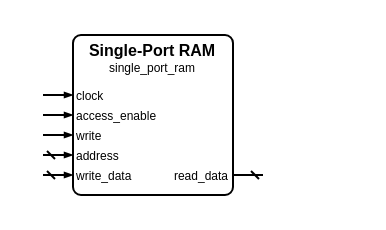
This is sources/memory/single_port_ram/single_port_ram.symbol.drawio from Louis-DR/OmniCores-BuildingBlocks, a draw.io file, before an edit. Source tidied: cells renumbered, new cells numbered last; positions are measured from the earlier drawing's top-left corner, leaving out a move shared by most shapes. Both pictures are drawn from the tidied source at 200%, with x=0, y=0 at pixel (42, 34).
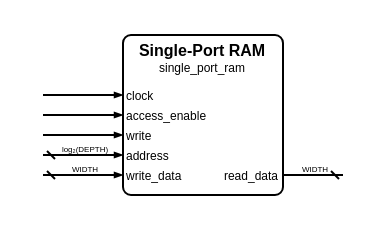
The same page after the edit.

The edit, as a diff of the source:
```diff
@@
     <mxCell id="2" style="group;" parent="1" vertex="1">
-      <mxGeometry width="110" height="80" as="geometry" />
+      <mxGeometry width="150" height="80" as="geometry" />
     </mxCell>
     <mxCell id="3" style="rounded=1;arcSize=5;fillColor=none;strokeWidth=1;strokeColor=black;whiteSpace=wrap;html=1;" parent="2" vertex="1">
-      <mxGeometry x="15" width="80" height="80" as="geometry" />
+      <mxGeometry x="40" width="80" height="80" as="geometry" />
     </mxCell>
     <mxCell id="4" value="Single-Port RAM" style="text;html=1;align=center;verticalAlign=middle;whiteSpace=wrap;rounded=0;fontSize=8;fontStyle=1;fontColor=black;" parent="2" vertex="1">
-      <mxGeometry x="15" y="7" width="80" as="geometry" />
+      <mxGeometry x="40" y="7" width="80" as="geometry" />
     </mxCell>
     <mxCell id="5" value="single_port_ram" style="text;html=1;align=center;verticalAlign=middle;whiteSpace=wrap;rounded=0;fontSize=6;fontStyle=0;fontColor=black;" parent="2" vertex="1">
-      <mxGeometry x="15" y="16" width="80" as="geometry" />
+      <mxGeometry x="40" y="16" width="80" as="geometry" />
     </mxCell>
     <mxCell id="6" value="clock" style="text;html=1;align=left;verticalAlign=middle;whiteSpace=wrap;rounded=0;fontSize=6;fontStyle=0;fontColor=black;" parent="2" vertex="1">
-      <mxGeometry x="15" y="30" width="80" as="geometry" />
+      <mxGeometry x="40" y="30" width="80" as="geometry" />
     </mxCell>
     <mxCell id="7" style="html=1;rounded=1;strokeWidth=1;strokeColor=black;startFill=0;startSize=2;startArrow=none;endFill=1;endSize=2;endArrow=blockThin;sourcePerimeterSpacing=0;" parent="2" edge="1">
       <mxGeometry relative="1" as="geometry">
         <mxPoint y="30" as="sourcePoint" />
-        <mxPoint x="15" y="30" as="targetPoint" />
+        <mxPoint x="40" y="30" as="targetPoint" />
       </mxGeometry>
     </mxCell>
     <mxCell id="8" value="access_enable" style="text;html=1;align=left;verticalAlign=middle;whiteSpace=wrap;rounded=0;fontSize=6;fontStyle=0;fontColor=black;" parent="2" vertex="1">
-      <mxGeometry x="15" y="40" width="80" as="geometry" />
+      <mxGeometry x="40" y="40" width="80" as="geometry" />
     </mxCell>
     <mxCell id="9" style="html=1;rounded=1;strokeWidth=1;strokeColor=black;startFill=0;startSize=2;startArrow=none;endFill=1;endSize=2;endArrow=blockThin;sourcePerimeterSpacing=0;" parent="2" edge="1">
       <mxGeometry relative="1" as="geometry">
         <mxPoint y="40" as="sourcePoint" />
-        <mxPoint x="15" y="40" as="targetPoint" />
+        <mxPoint x="40" y="40" as="targetPoint" />
       </mxGeometry>
     </mxCell>
     <mxCell id="10" value="write" style="text;html=1;align=left;verticalAlign=middle;whiteSpace=wrap;rounded=0;fontSize=6;fontStyle=0;fontColor=black;" parent="2" vertex="1">
-      <mxGeometry x="15" y="50" width="80" as="geometry" />
+      <mxGeometry x="40" y="50" width="80" as="geometry" />
     </mxCell>
     <mxCell id="11" style="html=1;rounded=1;strokeWidth=1;strokeColor=black;startFill=0;startSize=2;startArrow=none;endFill=1;endSize=2;endArrow=blockThin;sourcePerimeterSpacing=0;" parent="2" edge="1">
       <mxGeometry relative="1" as="geometry">
         <mxPoint y="50" as="sourcePoint" />
-        <mxPoint x="15" y="50" as="targetPoint" />
+        <mxPoint x="40" y="50" as="targetPoint" />
       </mxGeometry>
     </mxCell>
     <mxCell id="12" value="address" style="text;html=1;align=left;verticalAlign=middle;whiteSpace=wrap;rounded=0;fontSize=6;fontStyle=0;fontColor=black;" parent="2" vertex="1">
-      <mxGeometry x="15" y="60" width="80" as="geometry" />
+      <mxGeometry x="40" y="60" width="80" as="geometry" />
     </mxCell>
     <mxCell id="13" style="html=1;rounded=1;strokeWidth=1;strokeColor=black;startFill=0;startSize=2;startArrow=dash;endFill=1;endSize=2;endArrow=blockThin;sourcePerimeterSpacing=0;" parent="2" edge="1">
       <mxGeometry relative="1" as="geometry">
         <mxPoint y="60" as="sourcePoint" />
-        <mxPoint x="15" y="60" as="targetPoint" />
+        <mxPoint x="40" y="60" as="targetPoint" />
       </mxGeometry>
     </mxCell>
+    <mxCell id="18" value="log₂(DEPTH)" style="text;html=1;align=center;verticalAlign=middle;whiteSpace=nowrap;rounded=0;fontSize=4;fontStyle=0;fontColor=black;" parent="2" vertex="1">
+      <mxGeometry x="20" y="57" as="geometry" />
+    </mxCell>
     <mxCell id="14" value="write_data" style="text;html=1;align=left;verticalAlign=middle;whiteSpace=wrap;rounded=0;fontSize=6;fontStyle=0;fontColor=black;" parent="2" vertex="1">
-      <mxGeometry x="15" y="70" width="80" as="geometry" />
+      <mxGeometry x="40" y="70" width="80" as="geometry" />
     </mxCell>
     <mxCell id="15" style="html=1;rounded=1;strokeWidth=1;strokeColor=black;startFill=0;startSize=2;startArrow=dash;endFill=1;endSize=2;endArrow=blockThin;sourcePerimeterSpacing=0;" parent="2" edge="1">
       <mxGeometry relative="1" as="geometry">
         <mxPoint y="70" as="sourcePoint" />
-        <mxPoint x="15" y="70" as="targetPoint" />
+        <mxPoint x="40" y="70" as="targetPoint" />
       </mxGeometry>
     </mxCell>
+    <mxCell id="19" value="WIDTH" style="text;html=1;align=center;verticalAlign=middle;whiteSpace=nowrap;rounded=0;fontSize=4;fontStyle=0;fontColor=black;" parent="2" vertex="1">
+      <mxGeometry x="20" y="67" as="geometry" />
+    </mxCell>
     <mxCell id="16" value="read_data" style="text;html=1;align=right;verticalAlign=middle;whiteSpace=wrap;rounded=0;fontSize=6;fontStyle=0;fontColor=black;" parent="2" vertex="1">
-      <mxGeometry x="15" y="70" width="80" as="geometry" />
+      <mxGeometry x="40" y="70" width="80" as="geometry" />
     </mxCell>
     <mxCell id="17" style="html=1;rounded=1;strokeWidth=1;strokeColor=black;startFill=0;startSize=2;startArrow=dash;endFill=1;endSize=2;endArrow=none;sourcePerimeterSpacing=0;" parent="2" edge="1">
       <mxGeometry relative="1" as="geometry">
-        <mxPoint x="110" y="70" as="sourcePoint" />
-        <mxPoint x="95" y="70" as="targetPoint" />
+        <mxPoint x="150" y="70" as="sourcePoint" />
+        <mxPoint x="120" y="70" as="targetPoint" />
       </mxGeometry>
     </mxCell>
+    <mxCell id="20" value="WIDTH" style="text;html=1;align=center;verticalAlign=middle;whiteSpace=nowrap;rounded=0;fontSize=4;fontStyle=0;fontColor=black;" parent="2" vertex="1">
+      <mxGeometry x="135" y="67" as="geometry" />
+    </mxCell>
```
